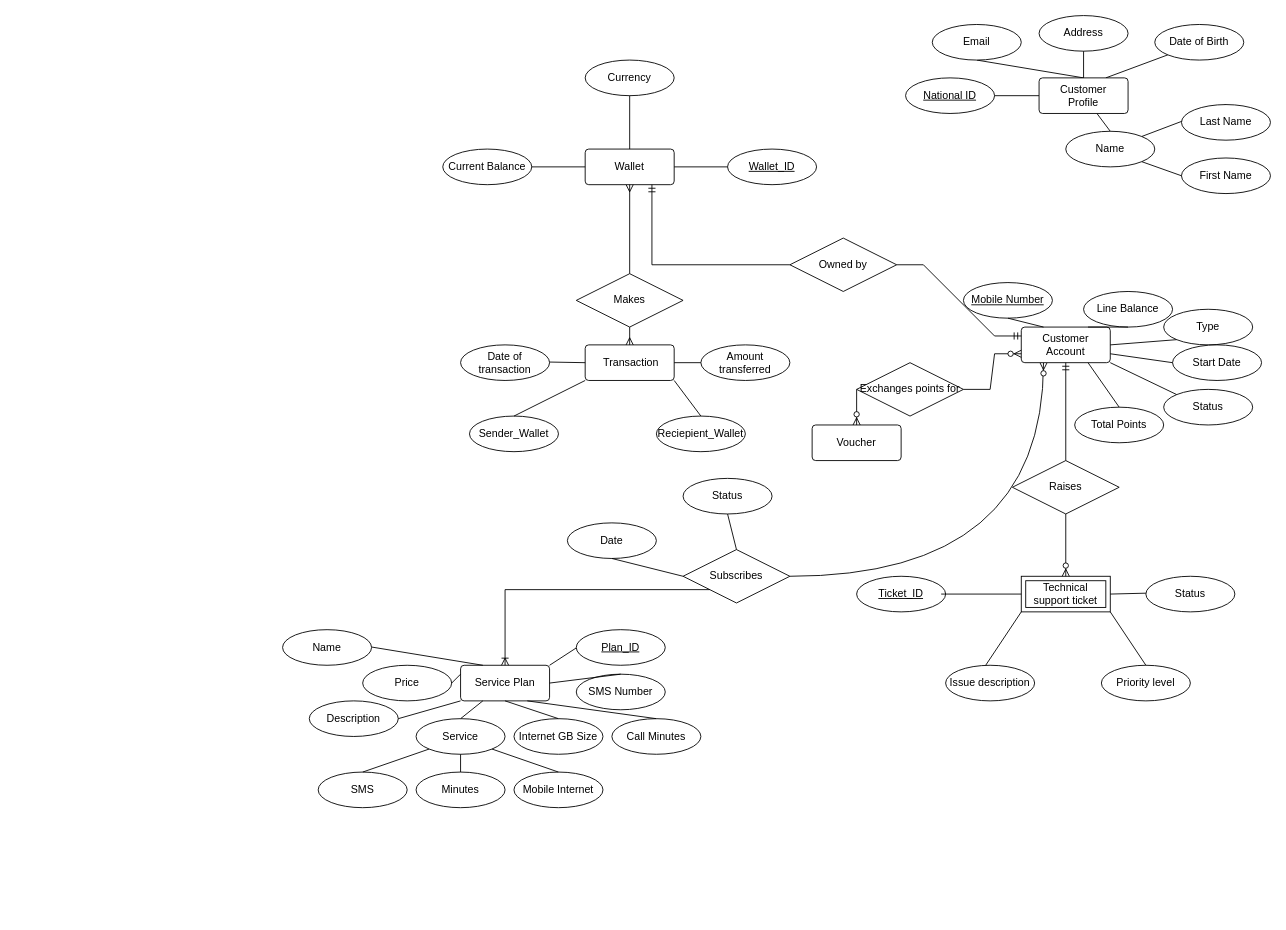
The draw.io diagram Untitled Diagram.drawio in itsfadymate/Customer-Data-Management-System, before the edit. Source tidied: cells renumbered, new cells numbered last; positions are measured from the earlier drawing's top-left corner, leaving out a move shared by most shapes. Both pictures are drawn from the tidied source at 89%, with x=0, y=0 at pixel (282, 15).
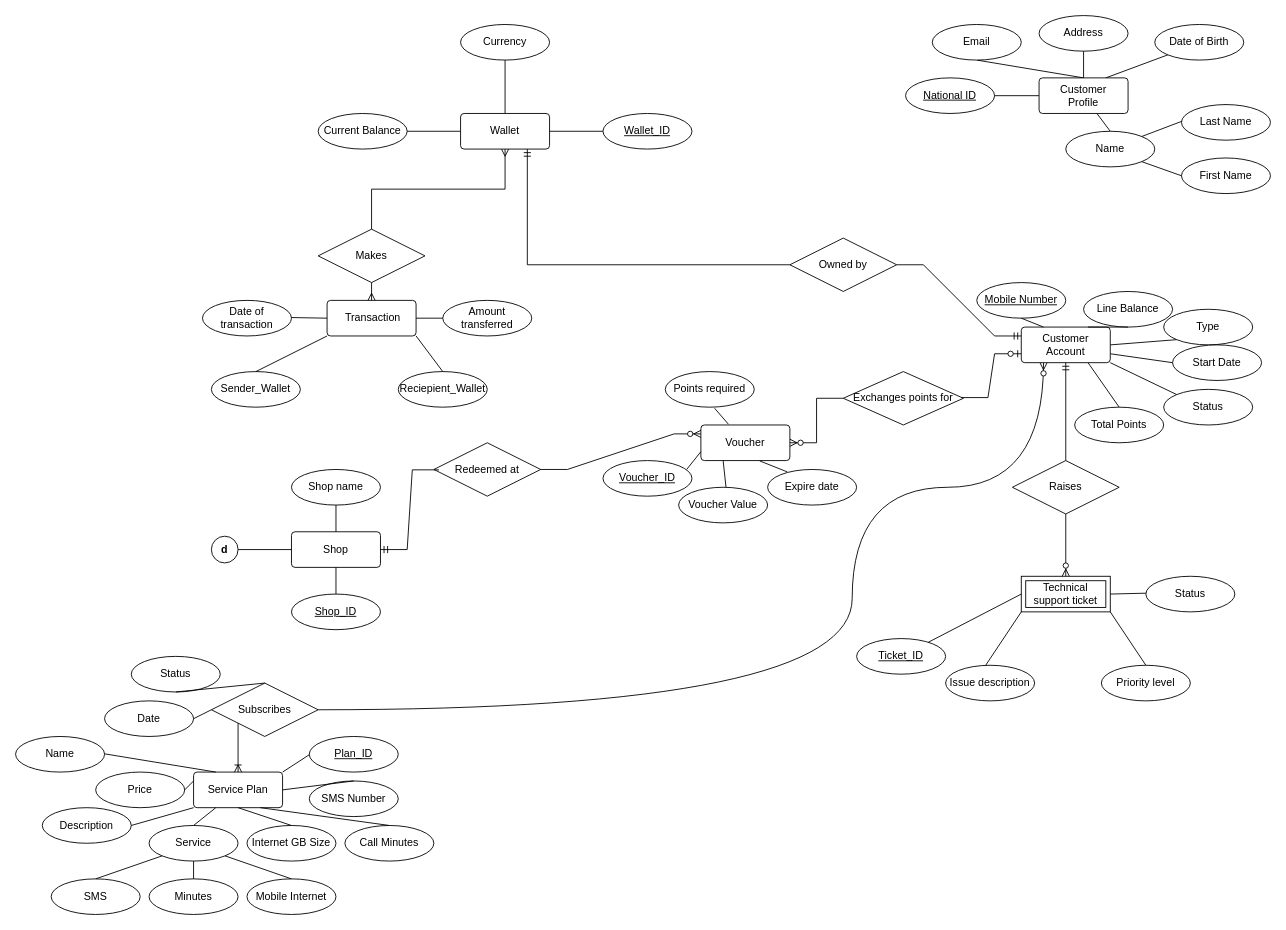
After the change.

Commit message:
Did 2.8, doing 2.9

Unchanged cells that the change refers to:
```xml
<mxCell id="10" value="Customer Account" style="rounded=1;arcSize=10;whiteSpace=wrap;html=1;align=center;" parent="1" vertex="1">
  <mxGeometry x="830" y="350" width="100" height="40" as="geometry" />
</mxCell>
```

Change to the diagram source:
```diff
@@
-    <mxCell id="2" style="edgeStyle=orthogonalEdgeStyle;fontSize=12;html=1;endArrow=ERzeroToMany;endFill=1;rounded=0;fontFamily=Helvetica;fontColor=default;fontStyle=4;exitX=1;exitY=0.5;exitDx=0;exitDy=0;entryX=0.25;entryY=1;entryDx=0;entryDy=0;curved=1;" parent="1" edge="1" source="88" target="10">
-      <mxGeometry relative="1" as="geometry" />
+    <mxCell id="2" style="edgeStyle=orthogonalEdgeStyle;fontSize=12;html=1;endArrow=ERzeroToMany;endFill=1;rounded=0;fontFamily=Helvetica;fontColor=default;fontStyle=4;entryX=0.25;entryY=1;entryDx=0;entryDy=0;curved=1;exitX=1;exitY=0.5;exitDx=0;exitDy=0;" parent="1" edge="1" source="88" target="10">
+      <mxGeometry relative="1" as="geometry">
+        <Array as="points">
+          <mxPoint x="640" y="780" />
+          <mxPoint x="640" y="530" />
+          <mxPoint x="855" y="530" />
+        </Array>
+      </mxGeometry>
     </mxCell>
@@
     <mxCell id="4" value="Wallet" style="rounded=1;arcSize=10;whiteSpace=wrap;html=1;align=center;" parent="1" vertex="1">
-      <mxGeometry x="340" y="150" width="100" height="40" as="geometry" />
+      <mxGeometry x="200" y="110" width="100" height="40" as="geometry" />
     </mxCell>
     <mxCell id="5" value="Currency" style="ellipse;whiteSpace=wrap;html=1;align=center;" parent="1" vertex="1">
-      <mxGeometry x="340" y="50" width="100" height="40" as="geometry" />
+      <mxGeometry x="200" y="10" width="100" height="40" as="geometry" />
     </mxCell>
     <mxCell id="6" value="Current Balance" style="ellipse;whiteSpace=wrap;html=1;align=center;" parent="1" vertex="1">
-      <mxGeometry x="180" y="150" width="100" height="40" as="geometry" />
+      <mxGeometry x="40" y="110" width="100" height="40" as="geometry" />
     </mxCell>
     <mxCell id="7" value="Wallet_ID" style="ellipse;whiteSpace=wrap;html=1;align=center;fontStyle=4;" parent="1" vertex="1">
-      <mxGeometry x="500" y="150" width="100" height="40" as="geometry" />
+      <mxGeometry x="360" y="110" width="100" height="40" as="geometry" />
     </mxCell>
@@
     <mxCell id="15" value="&amp;nbsp;Transaction" style="rounded=1;arcSize=10;whiteSpace=wrap;html=1;align=center;" parent="1" vertex="1">
-      <mxGeometry x="340" y="370" width="100" height="40" as="geometry" />
+      <mxGeometry x="50" y="320" width="100" height="40" as="geometry" />
     </mxCell>
@@
     <mxCell id="20" value="Amount transferred" style="ellipse;whiteSpace=wrap;html=1;align=center;" parent="1" vertex="1">
-      <mxGeometry x="470" y="370" width="100" height="40" as="geometry" />
+      <mxGeometry x="180" y="320" width="100" height="40" as="geometry" />
     </mxCell>
@@
     <mxCell id="22" style="endArrow=none;html=1;rounded=0;" parent="1" edge="1">
       <mxGeometry relative="1" as="geometry">
-        <mxPoint x="440" y="390" as="sourcePoint" />
-        <mxPoint x="470" y="390" as="targetPoint" />
+        <mxPoint x="150" y="340" as="sourcePoint" />
+        <mxPoint x="180" y="340" as="targetPoint" />
       </mxGeometry>
     </mxCell>
@@
     <mxCell id="24" value="Date of transaction" style="ellipse;whiteSpace=wrap;html=1;align=center;" parent="1" vertex="1">
-      <mxGeometry x="200" y="370" width="100" height="40" as="geometry" />
+      <mxGeometry x="-90" y="320" width="100" height="40" as="geometry" />
     </mxCell>
@@
     <mxCell id="34" value="Ticket_ID" style="ellipse;whiteSpace=wrap;html=1;align=center;fontStyle=4;" parent="1" vertex="1">
-      <mxGeometry x="645" y="630" width="100" height="40" as="geometry" />
+      <mxGeometry x="645" y="700" width="100" height="40" as="geometry" />
     </mxCell>
@@
-    <mxCell id="43" style="endArrow=none;html=1;rounded=0;" parent="1" edge="1">
+    <mxCell id="43" style="endArrow=none;html=1;rounded=0;" parent="1" edge="1" source="34">
       <mxGeometry relative="1" as="geometry">
-        <mxPoint x="740" y="650" as="sourcePoint" />
         <mxPoint x="830" y="650" as="targetPoint" />
       </mxGeometry>
     </mxCell>
@@
     <mxCell id="48" value="Mobile Number" style="ellipse;whiteSpace=wrap;html=1;align=center;fontStyle=4;strokeColor=default;verticalAlign=middle;fontFamily=Helvetica;fontSize=12;fontColor=default;fillColor=default;" parent="1" vertex="1">
-      <mxGeometry x="765" y="300" width="100" height="40" as="geometry" />
+      <mxGeometry x="780" y="300" width="100" height="40" as="geometry" />
     </mxCell>
@@
     <mxCell id="51" style="endArrow=none;html=1;rounded=0;" parent="1" edge="1">
       <mxGeometry relative="1" as="geometry">
-        <mxPoint x="300" y="389.3" as="sourcePoint" />
-        <mxPoint x="340" y="390" as="targetPoint" />
+        <mxPoint x="10" y="339.3" as="sourcePoint" />
+        <mxPoint x="50" y="340" as="targetPoint" />
       </mxGeometry>
     </mxCell>
@@
-    <mxCell id="58" value="Exchanges points for" style="shape=rhombus;perimeter=rhombusPerimeter;whiteSpace=wrap;html=1;align=center;rotation=0;" parent="1" vertex="1">
-      <mxGeometry x="645" y="390" width="120" height="60" as="geometry" />
+    <mxCell id="58" value="Exchanges points for" style="shape=rhombus;perimeter=rhombusPerimeter;whiteSpace=wrap;html=1;align=center;rotation=0;direction=west;" parent="1" vertex="1">
+      <mxGeometry x="630" y="400" width="135" height="60" as="geometry" />
     </mxCell>
-    <mxCell id="59" style="edgeStyle=entityRelationEdgeStyle;fontSize=12;html=1;endArrow=ERzeroToMany;endFill=1;rounded=0;fontFamily=Helvetica;fontColor=default;fontStyle=4;exitX=1;exitY=0.5;exitDx=0;exitDy=0;entryX=0;entryY=0.75;entryDx=0;entryDy=0;" parent="1" edge="1" source="58" target="10">
-      <mxGeometry relative="1" as="geometry" />
-    </mxCell>
     <mxCell id="60" value="Voucher" style="rounded=1;arcSize=10;whiteSpace=wrap;html=1;align=center;" parent="1" vertex="1">
-      <mxGeometry x="595" y="460" width="100" height="40" as="geometry" />
+      <mxGeometry x="470" y="460" width="100" height="40" as="geometry" />
     </mxCell>
-    <mxCell id="61" style="fontSize=12;html=1;endArrow=ERzeroToMany;endFill=1;rounded=0;fontFamily=Helvetica;fontColor=default;fontStyle=4;entryX=0.5;entryY=0;entryDx=0;entryDy=0;exitX=0;exitY=0.5;exitDx=0;exitDy=0;" parent="1" edge="1" source="58" target="60">
-      <mxGeometry relative="1" as="geometry" />
-    </mxCell>
     <mxCell id="62" value="Makes" style="shape=rhombus;perimeter=rhombusPerimeter;whiteSpace=wrap;html=1;align=center;" parent="1" vertex="1">
-      <mxGeometry x="330" y="290" width="120" height="60" as="geometry" />
+      <mxGeometry x="40" y="240" width="120" height="60" as="geometry" />
     </mxCell>
     <mxCell id="63" value="Service Plan" style="rounded=1;arcSize=10;whiteSpace=wrap;html=1;align=center;" parent="1" vertex="1">
-      <mxGeometry x="200" y="730" width="100" height="40" as="geometry" />
+      <mxGeometry x="-100" y="850" width="100" height="40" as="geometry" />
     </mxCell>
@@
     <mxCell id="65" value="Service" style="ellipse;whiteSpace=wrap;html=1;align=center;" parent="1" vertex="1">
-      <mxGeometry x="150" y="790" width="100" height="40" as="geometry" />
+      <mxGeometry x="-150" y="910" width="100" height="40" as="geometry" />
     </mxCell>
@@
     <mxCell id="67" value="SMS" style="ellipse;whiteSpace=wrap;html=1;align=center;" parent="1" vertex="1">
-      <mxGeometry x="40" y="850" width="100" height="40" as="geometry" />
+      <mxGeometry x="-260" y="970" width="100" height="40" as="geometry" />
     </mxCell>
     <mxCell id="68" value="Minutes" style="ellipse;whiteSpace=wrap;html=1;align=center;" parent="1" vertex="1">
-      <mxGeometry x="150" y="850" width="100" height="40" as="geometry" />
+      <mxGeometry x="-150" y="970" width="100" height="40" as="geometry" />
     </mxCell>
     <mxCell id="69" value="Mobile Internet" style="ellipse;whiteSpace=wrap;html=1;align=center;" parent="1" vertex="1">
-      <mxGeometry x="260" y="850" width="100" height="40" as="geometry" />
+      <mxGeometry x="-40" y="970" width="100" height="40" as="geometry" />
     </mxCell>
@@
     <mxCell id="74" value="SMS Number" style="ellipse;whiteSpace=wrap;html=1;align=center;" parent="1" vertex="1">
-      <mxGeometry x="330" y="740" width="100" height="40" as="geometry" />
+      <mxGeometry x="30" y="860" width="100" height="40" as="geometry" />
     </mxCell>
     <mxCell id="75" value="Call Minutes" style="ellipse;whiteSpace=wrap;html=1;align=center;" parent="1" vertex="1">
-      <mxGeometry x="370" y="790" width="100" height="40" as="geometry" />
+      <mxGeometry x="70" y="910" width="100" height="40" as="geometry" />
     </mxCell>
     <mxCell id="76" value="Internet GB Size" style="ellipse;whiteSpace=wrap;html=1;align=center;" parent="1" vertex="1">
-      <mxGeometry x="260" y="790" width="100" height="40" as="geometry" />
+      <mxGeometry x="-40" y="910" width="100" height="40" as="geometry" />
     </mxCell>
     <mxCell id="77" value="Price" style="ellipse;whiteSpace=wrap;html=1;align=center;" parent="1" vertex="1">
-      <mxGeometry x="90" y="730" width="100" height="40" as="geometry" />
+      <mxGeometry x="-210" y="850" width="100" height="40" as="geometry" />
     </mxCell>
     <mxCell id="78" value="Description" style="ellipse;whiteSpace=wrap;html=1;align=center;" parent="1" vertex="1">
-      <mxGeometry x="30" y="770" width="100" height="40" as="geometry" />
+      <mxGeometry x="-270" y="890" width="100" height="40" as="geometry" />
     </mxCell>
     <mxCell id="79" value="Name" style="ellipse;whiteSpace=wrap;html=1;align=center;" parent="1" vertex="1">
-      <mxGeometry y="690" width="100" height="40" as="geometry" />
+      <mxGeometry x="-300" y="810" width="100" height="40" as="geometry" />
     </mxCell>
@@
     <mxCell id="83" style="endArrow=none;html=1;rounded=0;fontFamily=Helvetica;fontSize=12;fontColor=default;fontStyle=4;entryX=0.25;entryY=0;entryDx=0;entryDy=0;" parent="1" edge="1" target="63">
       <mxGeometry relative="1" as="geometry">
-        <mxPoint x="100" y="709.5" as="sourcePoint" />
+        <mxPoint x="-200" y="829.5" as="sourcePoint" />
       </mxGeometry>
     </mxCell>
@@
     <mxCell id="86" value="Plan_ID" style="ellipse;whiteSpace=wrap;html=1;align=center;fontStyle=4;strokeColor=default;verticalAlign=middle;fontFamily=Helvetica;fontSize=12;fontColor=default;fillColor=default;" parent="1" vertex="1">
-      <mxGeometry x="330" y="690" width="100" height="40" as="geometry" />
+      <mxGeometry x="30" y="810" width="100" height="40" as="geometry" />
     </mxCell>
     <mxCell id="87" style="endArrow=none;html=1;rounded=0;fontFamily=Helvetica;fontSize=12;fontColor=default;fontStyle=4;entryX=0.25;entryY=0;entryDx=0;entryDy=0;exitX=1;exitY=0;exitDx=0;exitDy=0;" parent="1" edge="1" source="63">
       <mxGeometry relative="1" as="geometry">
-        <mxPoint x="330" y="710.5" as="targetPoint" />
+        <mxPoint x="30" y="830.5" as="targetPoint" />
       </mxGeometry>
     </mxCell>
     <mxCell id="88" value="Subscribes" style="shape=rhombus;perimeter=rhombusPerimeter;whiteSpace=wrap;html=1;align=center;rotation=0;" parent="1" vertex="1">
-      <mxGeometry x="450" y="600" width="120" height="60" as="geometry" />
+      <mxGeometry x="-80" y="750" width="120" height="60" as="geometry" />
     </mxCell>
     <mxCell id="89" value="Status" style="ellipse;whiteSpace=wrap;html=1;align=center;" parent="1" vertex="1">
-      <mxGeometry x="450" y="520" width="100" height="40" as="geometry" />
+      <mxGeometry x="-170" y="720" width="100" height="40" as="geometry" />
     </mxCell>
     <mxCell id="90" value="Date" style="ellipse;whiteSpace=wrap;html=1;align=center;" parent="1" vertex="1">
-      <mxGeometry x="320" y="570" width="100" height="40" as="geometry" />
+      <mxGeometry x="-200" y="770" width="100" height="40" as="geometry" />
     </mxCell>
-    <mxCell id="91" style="endArrow=none;html=1;rounded=0;fontFamily=Helvetica;fontSize=12;fontColor=default;fontStyle=4;entryX=0;entryY=0.5;entryDx=0;entryDy=0;exitX=0.5;exitY=1;exitDx=0;exitDy=0;" parent="1" edge="1" source="90" target="88">
+    <mxCell id="91" style="endArrow=none;html=1;rounded=0;fontFamily=Helvetica;fontSize=12;fontColor=default;fontStyle=4;entryX=0;entryY=0.5;entryDx=0;entryDy=0;exitX=1;exitY=0.5;exitDx=0;exitDy=0;" parent="1" edge="1" source="90" target="88">
       <mxGeometry relative="1" as="geometry" />
     </mxCell>
@@
     <mxCell id="96" value="Sender_Wallet" style="ellipse;whiteSpace=wrap;html=1;align=center;" parent="1" vertex="1">
-      <mxGeometry x="210" y="450" width="100" height="40" as="geometry" />
+      <mxGeometry x="-80" y="400" width="100" height="40" as="geometry" />
     </mxCell>
     <mxCell id="97" value="Reciepient_Wallet" style="ellipse;whiteSpace=wrap;html=1;align=center;" parent="1" vertex="1">
-      <mxGeometry x="420" y="450" width="100" height="40" as="geometry" />
+      <mxGeometry x="130" y="400" width="100" height="40" as="geometry" />
     </mxCell>
     <mxCell id="98" style="endArrow=none;html=1;rounded=0;entryX=0;entryY=1;entryDx=0;entryDy=0;" parent="1" edge="1" target="15">
       <mxGeometry relative="1" as="geometry">
-        <mxPoint x="260" y="450" as="sourcePoint" />
+        <mxPoint x="-30" y="400" as="sourcePoint" />
       </mxGeometry>
     </mxCell>
@@
+    <mxCell id="100" style="endArrow=none;html=1;rounded=0;exitX=0;exitY=0.75;exitDx=0;exitDy=0;entryX=0.94;entryY=0.25;entryDx=0;entryDy=0;entryPerimeter=0;" parent="1" edge="1" source="60" target="101">
+      <mxGeometry relative="1" as="geometry" />
+    </mxCell>
+    <mxCell id="101" value="Voucher_ID" style="ellipse;whiteSpace=wrap;html=1;align=center;fontStyle=4;" parent="1" vertex="1">
+      <mxGeometry x="360" y="500" width="100" height="40" as="geometry" />
+    </mxCell>
+    <mxCell id="61" style="edgeStyle=entityRelationEdgeStyle;fontSize=12;html=1;endArrow=ERzeroToMany;endFill=1;rounded=0;entryX=1;entryY=0.5;entryDx=0;entryDy=0;" parent="1" edge="1" source="58" target="60">
+      <mxGeometry relative="1" as="geometry" />
+    </mxCell>
+    <mxCell id="102" style="edgeStyle=entityRelationEdgeStyle;fontSize=12;html=1;endArrow=ERzeroToOne;endFill=1;rounded=0;exitX=0.018;exitY=0.513;exitDx=0;exitDy=0;exitPerimeter=0;" parent="1" edge="1" source="58">
+      <mxGeometry relative="1" as="geometry">
+        <mxPoint x="830" y="380" as="targetPoint" />
+      </mxGeometry>
+    </mxCell>
+    <mxCell id="103" value="Voucher Value" style="ellipse;whiteSpace=wrap;html=1;align=center;" parent="1" vertex="1">
+      <mxGeometry x="445" y="530" width="100" height="40" as="geometry" />
+    </mxCell>
+    <mxCell id="104" style="endArrow=none;html=1;rounded=0;exitX=0.532;exitY=-0.008;exitDx=0;exitDy=0;exitPerimeter=0;entryX=0.25;entryY=1;entryDx=0;entryDy=0;" parent="1" edge="1" source="103" target="60">
+      <mxGeometry relative="1" as="geometry" />
+    </mxCell>
+    <mxCell id="105" value="Expire date" style="ellipse;whiteSpace=wrap;html=1;align=center;" parent="1" vertex="1">
+      <mxGeometry x="545" y="510" width="100" height="40" as="geometry" />
+    </mxCell>
+    <mxCell id="106" value="Points required" style="ellipse;whiteSpace=wrap;html=1;align=center;" parent="1" vertex="1">
+      <mxGeometry x="430" y="400" width="100" height="40" as="geometry" />
+    </mxCell>
+    <mxCell id="107" style="endArrow=none;html=1;rounded=0;exitX=0.554;exitY=1.03;exitDx=0;exitDy=0;exitPerimeter=0;entryX=0.31;entryY=-0.02;entryDx=0;entryDy=0;entryPerimeter=0;" parent="1" edge="1" source="106" target="60">
+      <mxGeometry relative="1" as="geometry" />
+    </mxCell>
+    <mxCell id="108" style="endArrow=none;html=1;rounded=0;exitX=0.662;exitY=1.01;exitDx=0;exitDy=0;exitPerimeter=0;entryX=0.222;entryY=0.07;entryDx=0;entryDy=0;entryPerimeter=0;" parent="1" edge="1" source="60" target="105">
+      <mxGeometry relative="1" as="geometry" />
+    </mxCell>
+    <mxCell id="109" value="Shop" style="rounded=1;arcSize=10;whiteSpace=wrap;html=1;align=center;" parent="1" vertex="1">
+      <mxGeometry x="10" y="580" width="100" height="40" as="geometry" />
+    </mxCell>
+    <mxCell id="110" value="Redeemed at" style="shape=rhombus;perimeter=rhombusPerimeter;whiteSpace=wrap;html=1;align=center;" parent="1" vertex="1">
+      <mxGeometry x="170" y="480" width="120" height="60" as="geometry" />
+    </mxCell>
+    <mxCell id="111" style="edgeStyle=entityRelationEdgeStyle;fontSize=12;html=1;endArrow=ERmandOne;rounded=0;exitX=0.048;exitY=0.507;exitDx=0;exitDy=0;entryX=1;entryY=0.5;entryDx=0;entryDy=0;exitPerimeter=0;" parent="1" edge="1" source="110" target="109">
+      <mxGeometry relative="1" as="geometry">
+        <Array as="points">
+          <mxPoint x="160" y="538.7" />
+          <mxPoint x="120" y="530" />
+          <mxPoint x="120" y="500" />
+        </Array>
+      </mxGeometry>
+    </mxCell>
+    <mxCell id="112" style="edgeStyle=entityRelationEdgeStyle;fontSize=12;html=1;endArrow=ERzeroToMany;endFill=1;rounded=0;entryX=0;entryY=0.25;entryDx=0;entryDy=0;exitX=1;exitY=0.5;exitDx=0;exitDy=0;" parent="1" edge="1" source="110" target="60">
+      <mxGeometry relative="1" as="geometry" />
+    </mxCell>
+    <mxCell id="113" value="Shop_ID" style="ellipse;whiteSpace=wrap;html=1;align=center;fontStyle=4;" parent="1" vertex="1">
+      <mxGeometry x="10" y="650" width="100" height="40" as="geometry" />
+    </mxCell>
+    <mxCell id="114" value="Shop name" style="ellipse;whiteSpace=wrap;html=1;align=center;" parent="1" vertex="1">
+      <mxGeometry x="10" y="510" width="100" height="40" as="geometry" />
+    </mxCell>
+    <mxCell id="115" style="endArrow=none;html=1;rounded=0;exitX=0.5;exitY=0;exitDx=0;exitDy=0;entryX=0.5;entryY=1;entryDx=0;entryDy=0;" parent="1" edge="1" source="109" target="114">
+      <mxGeometry relative="1" as="geometry" />
+    </mxCell>
+    <mxCell id="116" style="endArrow=none;html=1;rounded=0;exitX=0.5;exitY=0;exitDx=0;exitDy=0;entryX=0.5;entryY=1;entryDx=0;entryDy=0;" parent="1" edge="1" source="113" target="109">
+      <mxGeometry relative="1" as="geometry" />
+    </mxCell>
+    <mxCell id="117" style="endArrow=none;html=1;rounded=0;entryX=0;entryY=0.5;entryDx=0;entryDy=0;" parent="1" edge="1" source="119" target="109">
+      <mxGeometry relative="1" as="geometry" />
+    </mxCell>
+    <mxCell id="118" style="endArrow=none;html=1;rounded=0;entryX=0;entryY=0.5;entryDx=0;entryDy=0;" parent="1" edge="1" target="119">
+      <mxGeometry relative="1" as="geometry">
+        <mxPoint x="-70" y="600" as="sourcePoint" />
+      </mxGeometry>
+    </mxCell>
+    <mxCell id="119" value="&lt;b&gt;d&lt;/b&gt;" style="ellipse;whiteSpace=wrap;html=1;" parent="1" vertex="1">
+      <mxGeometry x="-80" y="585" width="30" height="30" as="geometry" />
+    </mxCell>
```
